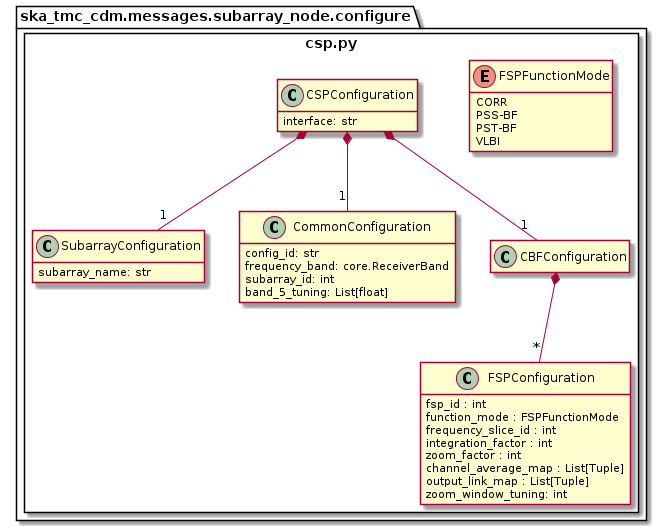
Earlier version of the PlantUML export docs/src/developer/subarraynode/csp.png (ska-telescope/cdm-shared-library).
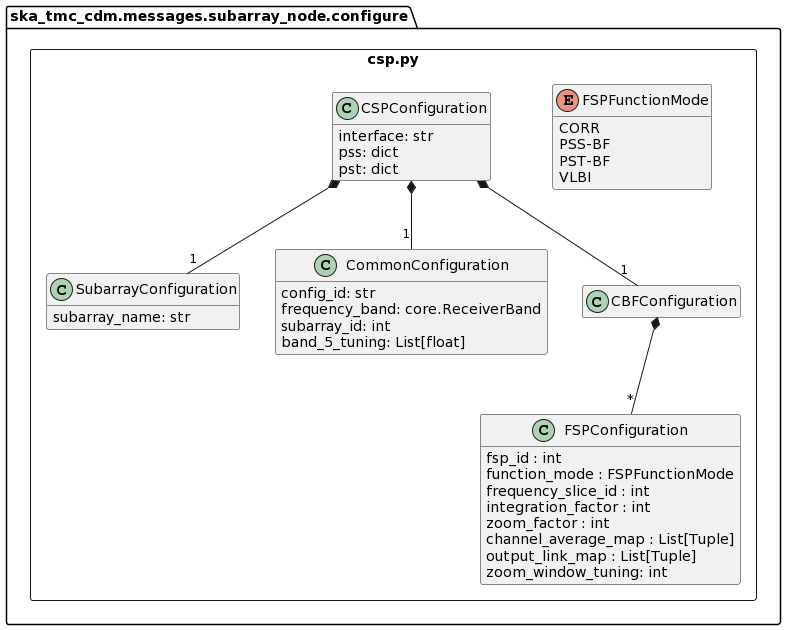
After the commit.

Change to the diagram source:
```diff
@@ -55,6 +55,9 @@
 
 		class CSPConfiguration {
 	        interface: str
+	        pss: dict
+	        pst: dict
+
 		}
 		CBFConfiguration *-- "*" FSPConfiguration
 		CBFConfiguration *-- "1" VLBIConfiguration
```
